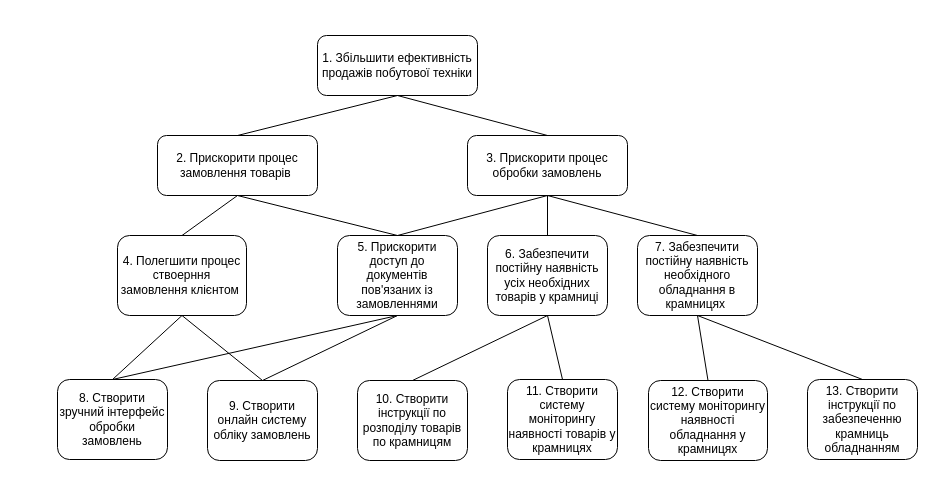
This is Goals.drawio from Mehanari/system_analysis_first_practice, a draw.io file, before an edit. Source tidied: cells renumbered, new cells numbered last; positions are measured from the earlier drawing's top-left corner, leaving out a move shared by most shapes. Both pictures are drawn from the tidied source at 100%, with x=0, y=0 at pixel (57, 35).
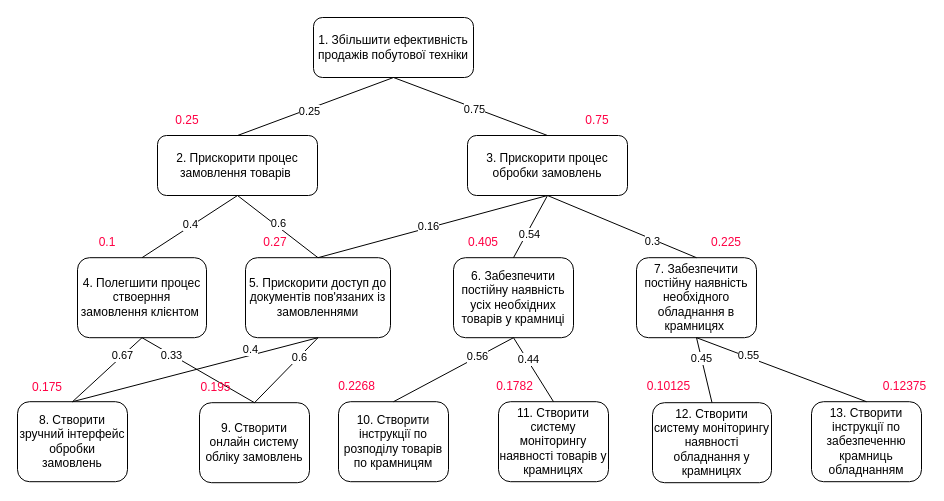
The same diagram, later.

The change refers to these unchanged cells:
```xml
<mxCell id="4" value="3. Прискорити процес обробки замовлень" style="rounded=1;whiteSpace=wrap;html=1;" parent="1" vertex="1">
  <mxGeometry x="410" y="100" width="160" height="60" as="geometry" />
</mxCell>
<mxCell id="5" style="endArrow=none;html=1;rounded=0;entryX=0.5;entryY=1;entryDx=0;entryDy=0;exitX=0.5;exitY=0;exitDx=0;exitDy=0;" parent="1" edge="1" source="3" target="2">
  <mxGeometry relative="1" as="geometry" />
</mxCell>
<mxCell id="6" style="endArrow=none;html=1;rounded=0;entryX=0.5;entryY=1;entryDx=0;entryDy=0;exitX=0.5;exitY=0;exitDx=0;exitDy=0;" parent="1" edge="1" source="4" target="2">
  <mxGeometry relative="1" as="geometry" />
</mxCell>
<mxCell id="11" style="endArrow=none;html=1;rounded=0;entryX=0.5;entryY=1;entryDx=0;entryDy=0;exitX=0.5;exitY=0;exitDx=0;exitDy=0;" parent="1" edge="1" source="7" target="3">
  <mxGeometry relative="1" as="geometry" />
</mxCell>
<mxCell id="12" style="endArrow=none;html=1;rounded=0;entryX=0.5;entryY=1;entryDx=0;entryDy=0;exitX=0.5;exitY=0;exitDx=0;exitDy=0;" parent="1" edge="1" source="8" target="3">
  <mxGeometry relative="1" as="geometry" />
</mxCell>
<mxCell id="13" style="endArrow=none;html=1;rounded=0;entryX=0.5;entryY=1;entryDx=0;entryDy=0;exitX=0.5;exitY=0;exitDx=0;exitDy=0;" parent="1" edge="1" source="8" target="4">
  <mxGeometry relative="1" as="geometry" />
</mxCell>
<mxCell id="15" style="endArrow=none;html=1;rounded=0;entryX=0.5;entryY=1;entryDx=0;entryDy=0;exitX=0.5;exitY=0;exitDx=0;exitDy=0;" parent="1" edge="1" source="10" target="4">
  <mxGeometry relative="1" as="geometry" />
</mxCell>
<mxCell id="18" style="endArrow=none;html=1;rounded=0;entryX=0.5;entryY=1;entryDx=0;entryDy=0;exitX=0.5;exitY=0;exitDx=0;exitDy=0;" parent="1" edge="1" source="16" target="7">
  <mxGeometry relative="1" as="geometry" />
</mxCell>
<mxCell id="19" style="endArrow=none;html=1;rounded=0;entryX=0.5;entryY=1;entryDx=0;entryDy=0;exitX=0.5;exitY=0;exitDx=0;exitDy=0;" parent="1" edge="1" source="17" target="7">
  <mxGeometry relative="1" as="geometry" />
</mxCell>
<mxCell id="20" style="endArrow=none;html=1;rounded=0;entryX=0.5;entryY=1;entryDx=0;entryDy=0;exitX=0.5;exitY=0;exitDx=0;exitDy=0;" parent="1" edge="1" source="16" target="8">
  <mxGeometry relative="1" as="geometry" />
</mxCell>
<mxCell id="21" style="endArrow=none;html=1;rounded=0;entryX=0.5;entryY=1;entryDx=0;entryDy=0;exitX=0.5;exitY=0;exitDx=0;exitDy=0;" parent="1" edge="1" source="17" target="8">
  <mxGeometry relative="1" as="geometry" />
</mxCell>
<mxCell id="24" style="endArrow=none;html=1;rounded=0;entryX=0.5;entryY=1;entryDx=0;entryDy=0;exitX=0.5;exitY=0;exitDx=0;exitDy=0;" parent="1" edge="1" source="23" target="9">
  <mxGeometry relative="1" as="geometry" />
</mxCell>
<mxCell id="25" style="endArrow=none;html=1;rounded=0;entryX=0.5;entryY=1;entryDx=0;entryDy=0;exitX=0.5;exitY=0;exitDx=0;exitDy=0;" parent="1" edge="1" source="22" target="9">
  <mxGeometry relative="1" as="geometry" />
</mxCell>
<mxCell id="28" style="endArrow=none;html=1;rounded=0;entryX=0.5;entryY=1;entryDx=0;entryDy=0;exitX=0.5;exitY=0;exitDx=0;exitDy=0;" parent="1" edge="1" source="26" target="10">
  <mxGeometry relative="1" as="geometry" />
</mxCell>
<mxCell id="29" style="endArrow=none;html=1;rounded=0;entryX=0.5;entryY=1;entryDx=0;entryDy=0;exitX=0.5;exitY=0;exitDx=0;exitDy=0;" parent="1" edge="1" source="27" target="10">
  <mxGeometry relative="1" as="geometry" />
</mxCell>
```

What changed in the source:
```diff
@@
     <mxCell id="2" value="1. Збільшити ефективність продажів побутової техніки" style="rounded=1;whiteSpace=wrap;html=1;" parent="1" vertex="1">
-      <mxGeometry x="260" width="160" height="60" as="geometry" />
+      <mxGeometry x="256" y="-18" width="160" height="60" as="geometry" />
     </mxCell>
@@
+    <mxCell id="30" value="0.25" style="edgeLabel;html=1;align=center;verticalAlign=middle;" parent="5" vertex="1">
+      <mxGeometry x="-0.09" y="-2" relative="1" as="geometry" />
+    </mxCell>
@@
+    <mxCell id="31" value="0.75" style="edgeLabel;html=1;align=center;verticalAlign=middle;" parent="6" vertex="1">
+      <mxGeometry x="-0.05" y="1" relative="1" as="geometry" />
+    </mxCell>
     <mxCell id="7" value="4. Полегшити процес ствоерння замовлення клієнтом&amp;nbsp;" style="rounded=1;whiteSpace=wrap;html=1;" parent="1" vertex="1">
-      <mxGeometry x="60" y="200" width="129" height="80" as="geometry" />
+      <mxGeometry x="20" y="222.2" width="129" height="80" as="geometry" />
     </mxCell>
     <mxCell id="8" value="5. Прискорити доступ до документів пов'язаних із замовленнями" style="rounded=1;whiteSpace=wrap;html=1;" parent="1" vertex="1">
-      <mxGeometry x="280" y="200" width="120" height="80" as="geometry" />
+      <mxGeometry x="188" y="222.2" width="145" height="80" as="geometry" />
     </mxCell>
     <mxCell id="9" value="6. Забезпечити постійну наявність усіх необхідних товарів у крамниці" style="rounded=1;whiteSpace=wrap;html=1;" parent="1" vertex="1">
-      <mxGeometry x="430" y="200" width="120" height="80" as="geometry" />
+      <mxGeometry x="396" y="222.2" width="120" height="80" as="geometry" />
     </mxCell>
     <mxCell id="10" value="7. Забезпечити постійну наявність необхідного обладнання в крамницях&amp;nbsp;" style="rounded=1;whiteSpace=wrap;html=1;" parent="1" vertex="1">
-      <mxGeometry x="580" y="200" width="120" height="80" as="geometry" />
+      <mxGeometry x="579" y="222.2" width="120" height="80" as="geometry" />
     </mxCell>
@@
+    <mxCell id="32" value="0.4" style="edgeLabel;html=1;align=center;verticalAlign=middle;" parent="11" vertex="1">
+      <mxGeometry x="0.1" y="-5" relative="1" as="geometry">
+        <mxPoint x="-8" y="-4" as="offset" />
+      </mxGeometry>
+    </mxCell>
@@
+    <mxCell id="33" value="0.6" style="edgeLabel;html=1;align=center;verticalAlign=middle;" parent="12" vertex="1">
+      <mxGeometry x="0.21" relative="1" as="geometry">
+        <mxPoint x="9" y="3" as="offset" />
+      </mxGeometry>
+    </mxCell>
@@
+    <mxCell id="34" value="0.16" style="edgeLabel;html=1;align=center;verticalAlign=middle;" parent="13" vertex="1">
+      <mxGeometry x="-0.03" y="2" relative="1" as="geometry" />
+    </mxCell>
-    <mxCell id="14" style="endArrow=none;html=1;rounded=0;entryX=0.5;entryY=1;entryDx=0;entryDy=0;exitX=0.5;exitY=0;exitDx=0;exitDy=0;edgeStyle=orthogonalEdgeStyle;" parent="1" edge="1" source="9" target="4">
+    <mxCell id="14" style="endArrow=none;html=1;rounded=0;entryX=0.5;entryY=1;entryDx=0;entryDy=0;exitX=0.5;exitY=0;exitDx=0;exitDy=0;" parent="1" edge="1" source="9" target="4">
       <mxGeometry relative="1" as="geometry" />
     </mxCell>
+    <mxCell id="35" value="0.54" style="edgeLabel;html=1;align=center;verticalAlign=middle;" parent="14" vertex="1">
+      <mxGeometry x="-0.2" y="-2" relative="1" as="geometry" />
+    </mxCell>
@@
+    <mxCell id="36" value="0.3" style="edgeLabel;html=1;align=center;verticalAlign=middle;" parent="15" vertex="1">
+      <mxGeometry x="-0.42" y="2" relative="1" as="geometry" />
+    </mxCell>
     <mxCell id="16" value="8. Створити зручний інтерфейс обробки замовлень" style="rounded=1;whiteSpace=wrap;html=1;" parent="1" vertex="1">
-      <mxGeometry y="344" width="110" height="80" as="geometry" />
+      <mxGeometry x="-40" y="366.2" width="110" height="80" as="geometry" />
     </mxCell>
     <mxCell id="17" value="9. Створити онлайн систему обліку замовлень" style="rounded=1;whiteSpace=wrap;html=1;" parent="1" vertex="1">
-      <mxGeometry x="150" y="345" width="110" height="80" as="geometry" />
+      <mxGeometry x="142" y="367.2" width="110" height="80" as="geometry" />
     </mxCell>
@@
+    <mxCell id="37" value="0.67" style="edgeLabel;html=1;align=center;verticalAlign=middle;" parent="18" vertex="1">
+      <mxGeometry x="0.18" y="2" relative="1" as="geometry">
+        <mxPoint x="10" y="-7" as="offset" />
+      </mxGeometry>
+    </mxCell>
@@
+    <mxCell id="38" value="0.33" style="edgeLabel;html=1;align=center;verticalAlign=middle;" parent="19" vertex="1">
+      <mxGeometry x="0.09" y="-1" relative="1" as="geometry">
+        <mxPoint x="-23" y="-11" as="offset" />
+      </mxGeometry>
+    </mxCell>
@@
+    <mxCell id="39" value="0.4" style="edgeLabel;html=1;align=center;verticalAlign=middle;" parent="20" vertex="1">
+      <mxGeometry x="0.41" relative="1" as="geometry">
+        <mxPoint x="4" y="-8" as="offset" />
+      </mxGeometry>
+    </mxCell>
@@
+    <mxCell id="40" value="0.6" style="edgeLabel;html=1;align=center;verticalAlign=middle;" parent="21" vertex="1">
+      <mxGeometry x="0.16" relative="1" as="geometry">
+        <mxPoint x="7" y="-8" as="offset" />
+      </mxGeometry>
+    </mxCell>
     <mxCell id="22" value="11. Створити систему моніторингу наявності товарів у крамницях" style="rounded=1;whiteSpace=wrap;html=1;" parent="1" vertex="1">
-      <mxGeometry x="450" y="344" width="110" height="80" as="geometry" />
+      <mxGeometry x="441" y="366.2" width="110" height="80" as="geometry" />
     </mxCell>
     <mxCell id="23" value="10. Створити інструкції по розподілу товарів по крамницям" style="rounded=1;whiteSpace=wrap;html=1;" parent="1" vertex="1">
-      <mxGeometry x="300" y="345" width="110" height="80" as="geometry" />
+      <mxGeometry x="281" y="366.2" width="110" height="80" as="geometry" />
     </mxCell>
@@
+    <mxCell id="41" value="0.56" style="edgeLabel;html=1;align=center;verticalAlign=middle;" parent="24" vertex="1">
+      <mxGeometry x="-0.17" y="1" relative="1" as="geometry">
+        <mxPoint x="35" y="-18" as="offset" />
+      </mxGeometry>
+    </mxCell>
@@
+    <mxCell id="42" value="0.44" style="edgeLabel;html=1;align=center;verticalAlign=middle;" parent="25" vertex="1">
+      <mxGeometry x="0.32" y="-1" relative="1" as="geometry" />
+    </mxCell>
     <mxCell id="26" value="12. Створити систему моніторингу наявності обладнання у крамницях" style="rounded=1;whiteSpace=wrap;html=1;" parent="1" vertex="1">
-      <mxGeometry x="591" y="345" width="119" height="80" as="geometry" />
+      <mxGeometry x="595" y="367.2" width="119" height="80" as="geometry" />
     </mxCell>
     <mxCell id="27" value="13. Створити інструкції по забезпеченню крамниць обладнанням" style="rounded=1;whiteSpace=wrap;html=1;" parent="1" vertex="1">
-      <mxGeometry x="750" y="344" width="110" height="80" as="geometry" />
+      <mxGeometry x="754" y="366.2" width="110" height="80" as="geometry" />
     </mxCell>
@@
+    <mxCell id="43" value="0.45" style="edgeLabel;html=1;align=center;verticalAlign=middle;" parent="28" vertex="1">
+      <mxGeometry x="-0.18" y="3" relative="1" as="geometry">
+        <mxPoint x="-2" y="-19" as="offset" />
+      </mxGeometry>
+    </mxCell>
@@
+    <mxCell id="44" value="0.55" style="edgeLabel;html=1;align=center;verticalAlign=middle;" parent="29" vertex="1">
+      <mxGeometry x="-0.08" y="-3" relative="1" as="geometry">
+        <mxPoint x="-41" y="-14" as="offset" />
+      </mxGeometry>
+    </mxCell>
+    <mxCell id="45" value="0.25" style="text;html=1;strokeColor=none;fillColor=none;align=center;verticalAlign=middle;whiteSpace=wrap;rounded=0;fontColor=#FF0044;" parent="1" vertex="1">
+      <mxGeometry x="100" y="70" width="60" height="30" as="geometry" />
+    </mxCell>
+    <mxCell id="46" value="0.75" style="text;html=1;strokeColor=none;fillColor=none;align=center;verticalAlign=middle;whiteSpace=wrap;rounded=0;fontColor=#FF0044;" parent="1" vertex="1">
+      <mxGeometry x="510" y="70" width="60" height="30" as="geometry" />
+    </mxCell>
+    <mxCell id="47" value="0.1" style="text;html=1;strokeColor=none;fillColor=none;align=center;verticalAlign=middle;whiteSpace=wrap;rounded=0;fontColor=#FF0044;" parent="1" vertex="1">
+      <mxGeometry x="20" y="192.2" width="60" height="30" as="geometry" />
+    </mxCell>
+    <mxCell id="48" value="0.405" style="text;html=1;strokeColor=none;fillColor=none;align=center;verticalAlign=middle;whiteSpace=wrap;rounded=0;fontColor=#FF0044;" parent="1" vertex="1">
+      <mxGeometry x="396" y="192.2" width="60" height="30" as="geometry" />
+    </mxCell>
+    <mxCell id="49" value="0.225" style="text;html=1;strokeColor=none;fillColor=none;align=center;verticalAlign=middle;whiteSpace=wrap;rounded=0;fontColor=#FF0044;" parent="1" vertex="1">
+      <mxGeometry x="639" y="192.2" width="60" height="30" as="geometry" />
+    </mxCell>
+    <mxCell id="50" value="0.27" style="text;html=1;strokeColor=none;fillColor=none;align=center;verticalAlign=middle;whiteSpace=wrap;rounded=0;fontColor=#FF0044;" parent="1" vertex="1">
+      <mxGeometry x="188" y="192.2" width="60" height="30" as="geometry" />
+    </mxCell>
+    <mxCell id="51" value="0.175" style="text;html=1;strokeColor=none;fillColor=none;align=center;verticalAlign=middle;whiteSpace=wrap;rounded=0;fontColor=#FF0044;" parent="1" vertex="1">
+      <mxGeometry x="-40" y="337.2" width="60" height="30" as="geometry" />
+    </mxCell>
+    <mxCell id="52" value="0.195" style="text;html=1;strokeColor=none;fillColor=none;align=center;verticalAlign=middle;whiteSpace=wrap;rounded=0;fontColor=#FF0044;" parent="1" vertex="1">
+      <mxGeometry x="142" y="337.2" width="33" height="30" as="geometry" />
+    </mxCell>
+    <mxCell id="53" value="0.2268" style="text;html=1;strokeColor=none;fillColor=none;align=center;verticalAlign=middle;whiteSpace=wrap;rounded=0;fontColor=#FF0044;" parent="1" vertex="1">
+      <mxGeometry x="283" y="336.2" width="33" height="30" as="geometry" />
+    </mxCell>
+    <mxCell id="54" value="0.1782" style="text;html=1;strokeColor=none;fillColor=none;align=center;verticalAlign=middle;whiteSpace=wrap;rounded=0;fontColor=#FF0044;" parent="1" vertex="1">
+      <mxGeometry x="441" y="336.2" width="33" height="30" as="geometry" />
+    </mxCell>
+    <mxCell id="55" value="0.10125" style="text;html=1;strokeColor=none;fillColor=none;align=center;verticalAlign=middle;whiteSpace=wrap;rounded=0;fontColor=#FF0044;" parent="1" vertex="1">
+      <mxGeometry x="595" y="336.2" width="33" height="30" as="geometry" />
+    </mxCell>
+    <mxCell id="56" value="0.12375" style="text;html=1;strokeColor=none;fillColor=none;align=center;verticalAlign=middle;whiteSpace=wrap;rounded=0;fontColor=#FF0044;" parent="1" vertex="1">
+      <mxGeometry x="831" y="336.2" width="33" height="30" as="geometry" />
+    </mxCell>
```
